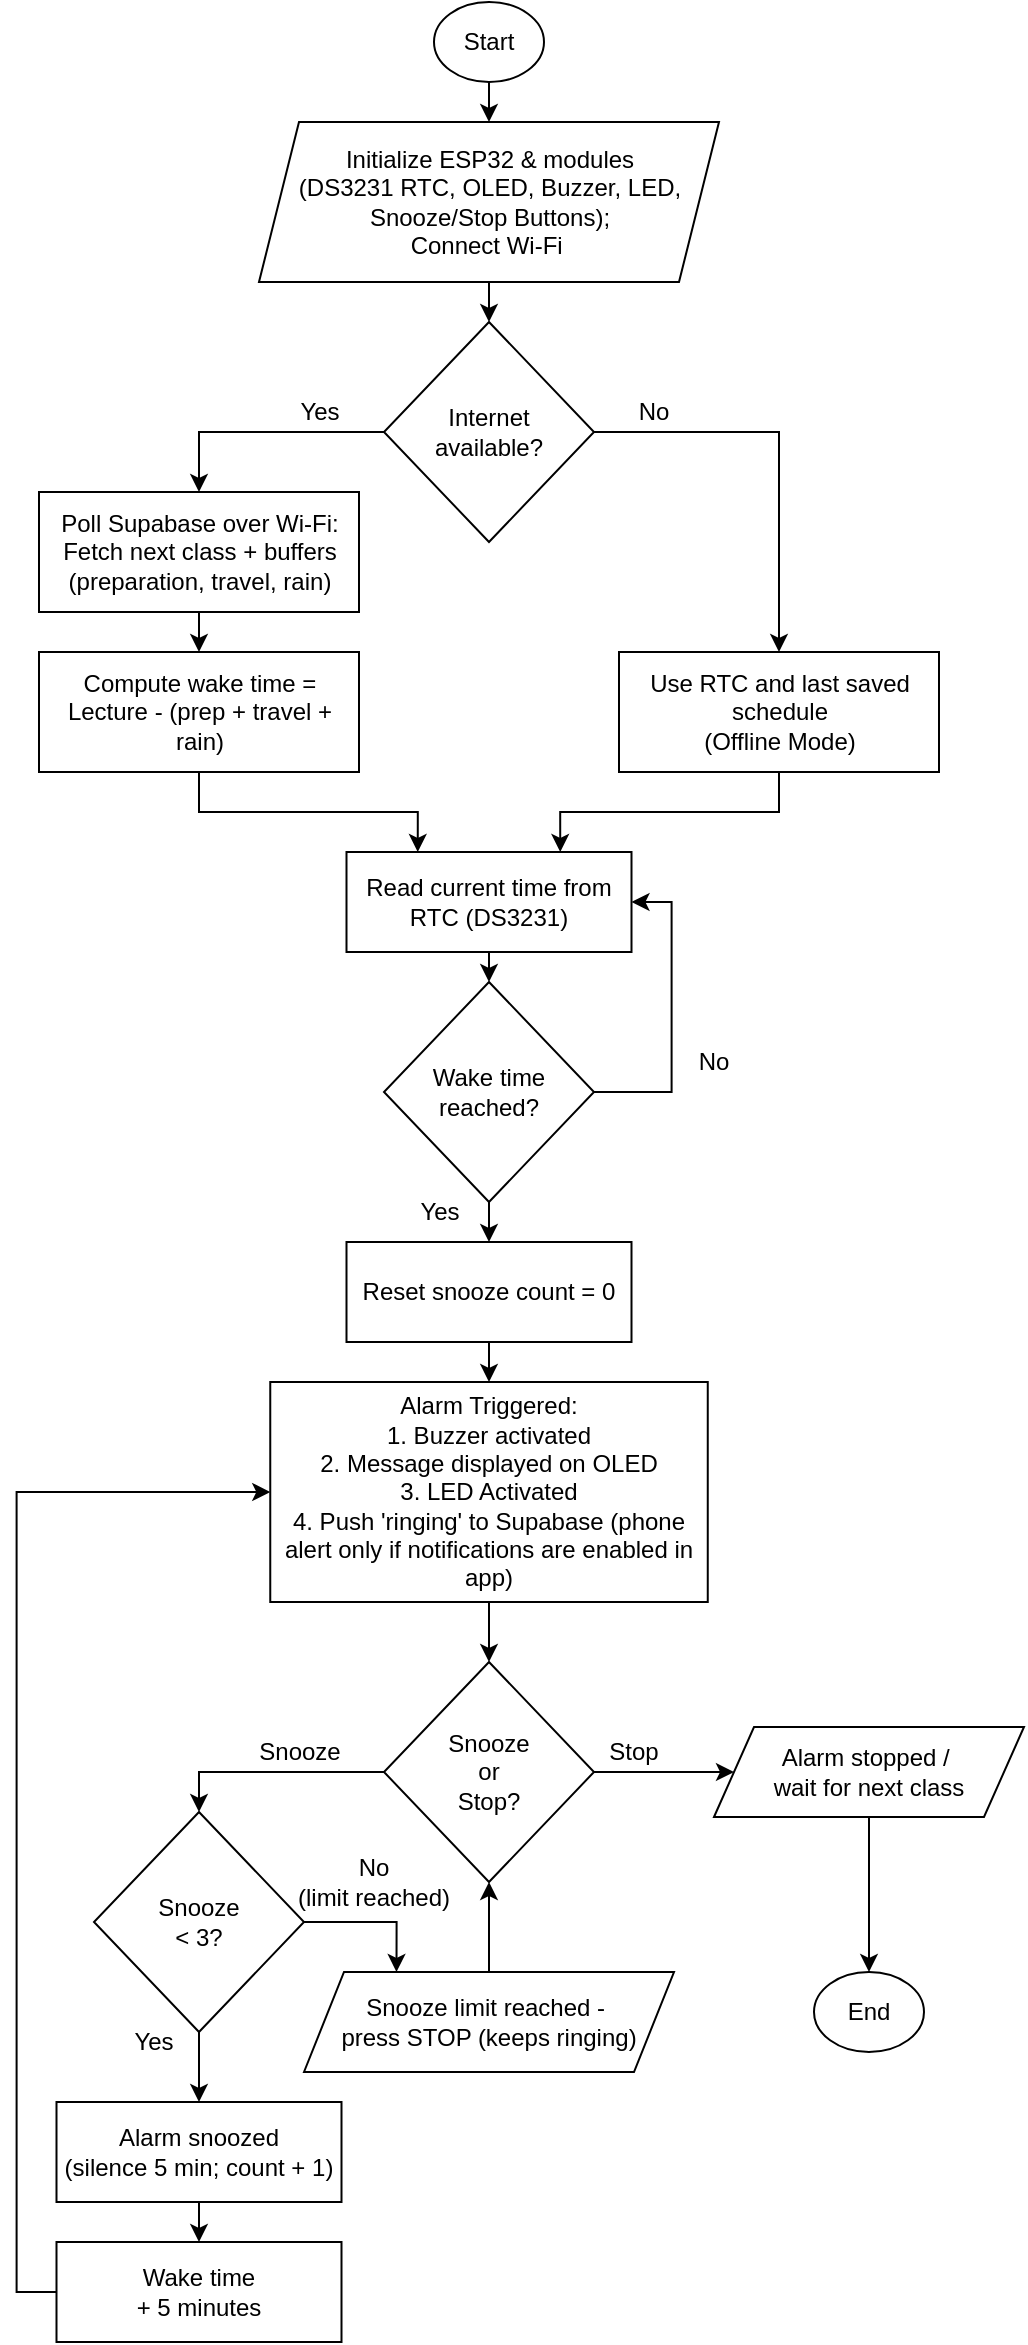
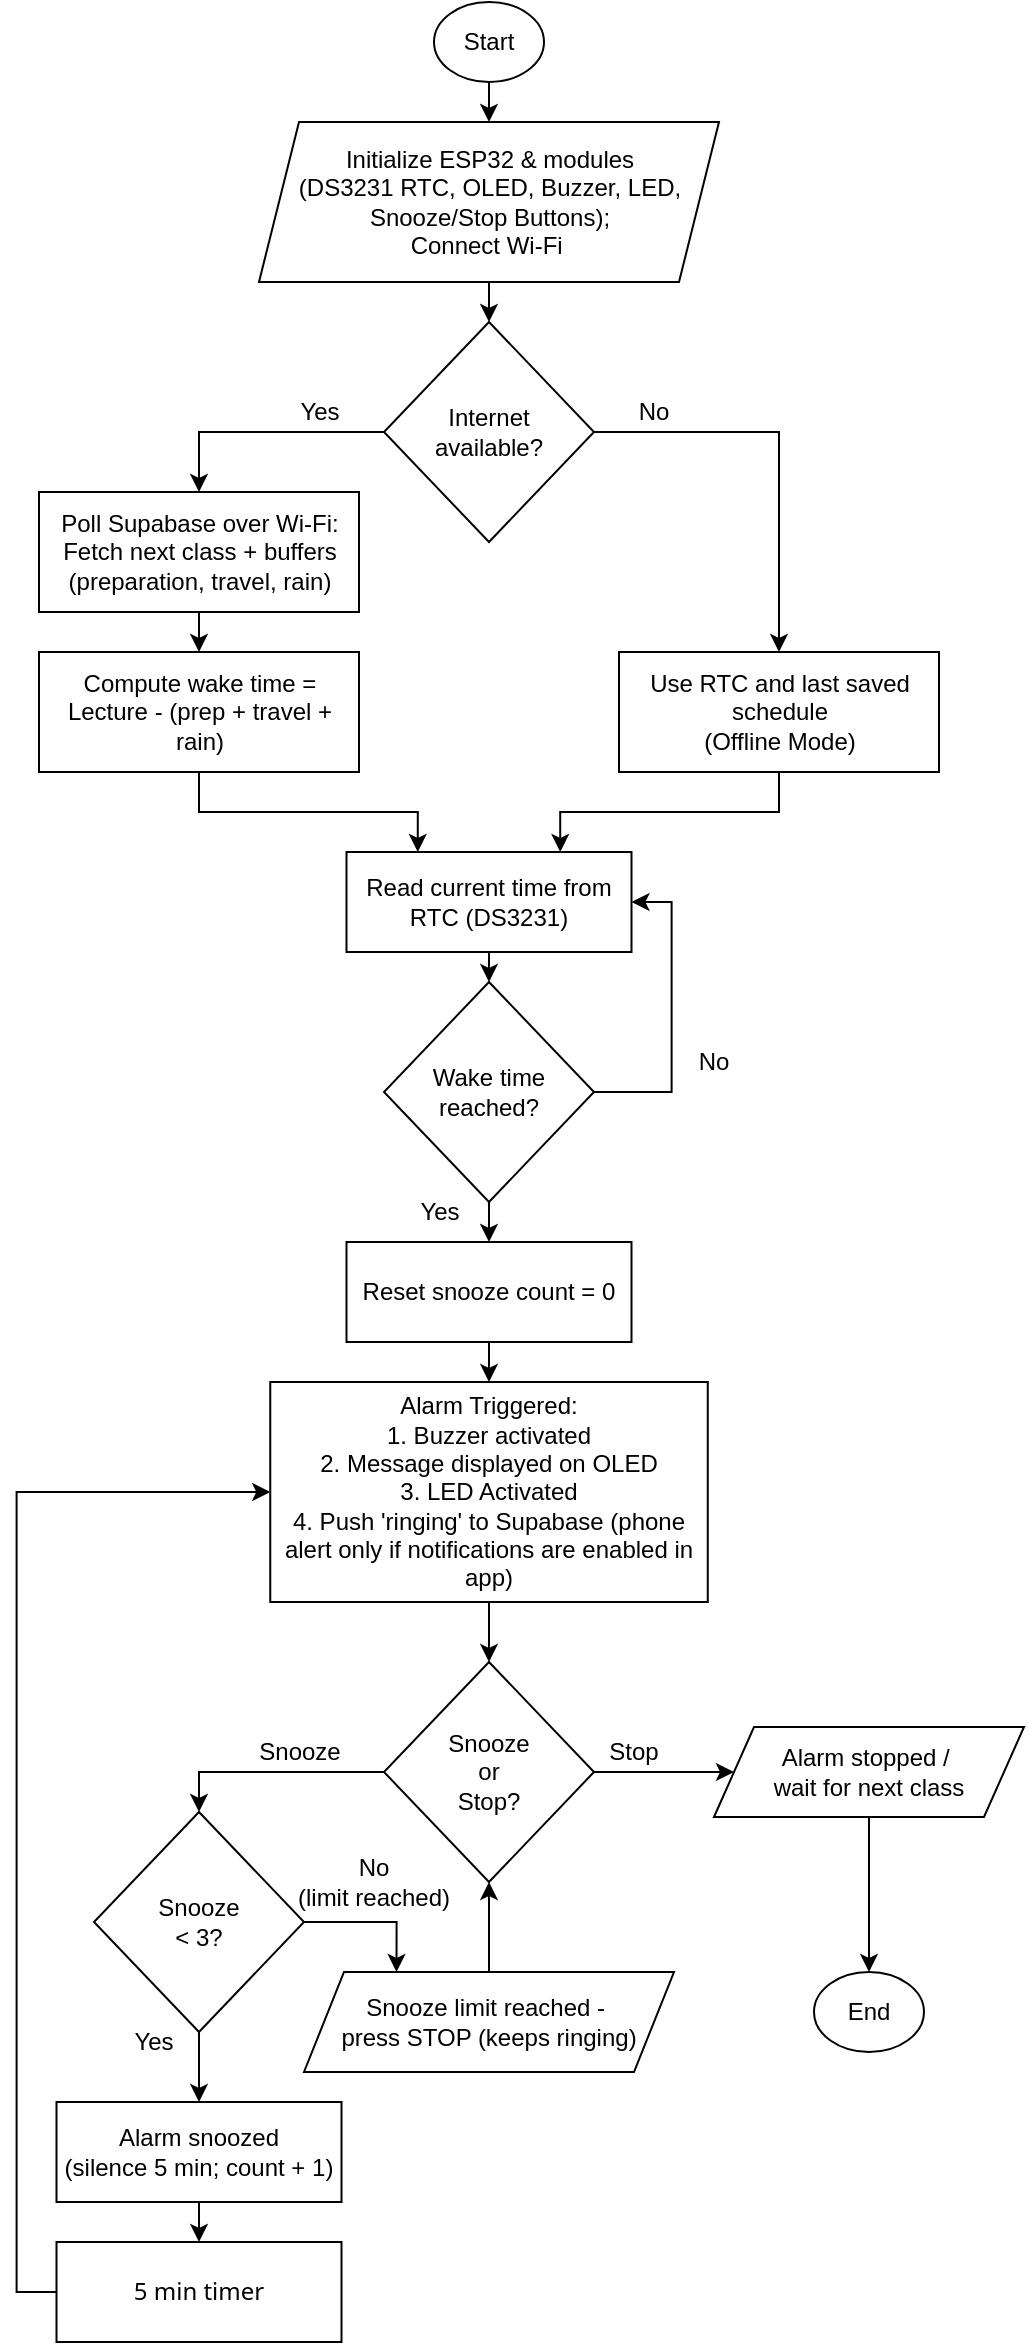
<mxfile host="app.diagrams.net">
  <diagram name="Page-1" id="qzVHdLecl3tKcGYKk_rX">
-     <mxGraphModel dx="526" dy="693" grid="1" gridSize="10" guides="1" tooltips="1" connect="1" arrows="1" fold="1" page="1" pageScale="1" pageWidth="850" pageHeight="1100" math="0" shadow="0">
+     <mxGraphModel dx="1106" dy="711" grid="1" gridSize="10" guides="1" tooltips="1" connect="1" arrows="1" fold="1" page="1" pageScale="1" pageWidth="850" pageHeight="1100" math="0" shadow="0">
      <root>
        <mxCell id="0" />
        <mxCell id="1" parent="0" />
        <mxCell id="oEHAvb54SPrs-DQ2-KWJ-7" edge="1" parent="1" source="oEHAvb54SPrs-DQ2-KWJ-1" style="edgeStyle=orthogonalEdgeStyle;rounded=0;orthogonalLoop=1;jettySize=auto;html=1;exitX=0.5;exitY=1;exitDx=0;exitDy=0;entryX=0.5;entryY=0;entryDx=0;entryDy=0;" target="oEHAvb54SPrs-DQ2-KWJ-2">
          <mxGeometry relative="1" as="geometry" />
        </mxCell>
        <mxCell id="oEHAvb54SPrs-DQ2-KWJ-1" parent="1" style="ellipse;whiteSpace=wrap;html=1;" value="Start" vertex="1">
          <mxGeometry height="40" width="55" x="370" y="20" as="geometry" />
        </mxCell>
        <mxCell id="oEHAvb54SPrs-DQ2-KWJ-29" edge="1" parent="1" source="oEHAvb54SPrs-DQ2-KWJ-2" style="edgeStyle=orthogonalEdgeStyle;rounded=0;orthogonalLoop=1;jettySize=auto;html=1;exitX=0.5;exitY=1;exitDx=0;exitDy=0;entryX=0.5;entryY=0;entryDx=0;entryDy=0;" target="oEHAvb54SPrs-DQ2-KWJ-17">
          <mxGeometry relative="1" as="geometry" />
        </mxCell>
        <mxCell id="oEHAvb54SPrs-DQ2-KWJ-2" parent="1" style="shape=parallelogram;perimeter=parallelogramPerimeter;whiteSpace=wrap;html=1;fixedSize=1;" value="Initialize ESP32 &amp;amp; modules&lt;br&gt;(DS3231 RTC, OLED, Buzzer, LED, Snooze/Stop Buttons);&lt;div&gt;Connect Wi-Fi&amp;nbsp;&lt;/div&gt;" vertex="1">
          <mxGeometry height="80" width="230" x="282.5" y="80" as="geometry" />
        </mxCell>
        <mxCell id="oEHAvb54SPrs-DQ2-KWJ-31" edge="1" parent="1" source="oEHAvb54SPrs-DQ2-KWJ-4" style="edgeStyle=orthogonalEdgeStyle;rounded=0;orthogonalLoop=1;jettySize=auto;html=1;exitX=0.5;exitY=1;exitDx=0;exitDy=0;entryX=0.5;entryY=0;entryDx=0;entryDy=0;" target="oEHAvb54SPrs-DQ2-KWJ-26">
          <mxGeometry relative="1" as="geometry" />
        </mxCell>
        <mxCell id="oEHAvb54SPrs-DQ2-KWJ-4" parent="1" style="rounded=0;whiteSpace=wrap;html=1;" value="Poll Supabase over Wi-Fi: Fetch next class + buffers (preparation, travel, rain)" vertex="1">
          <mxGeometry height="60" width="160" x="172.5" y="265" as="geometry" />
        </mxCell>
        <mxCell id="oEHAvb54SPrs-DQ2-KWJ-41" edge="1" parent="1" source="oEHAvb54SPrs-DQ2-KWJ-5" style="edgeStyle=orthogonalEdgeStyle;rounded=0;orthogonalLoop=1;jettySize=auto;html=1;exitX=0;exitY=0.5;exitDx=0;exitDy=0;entryX=0.5;entryY=0;entryDx=0;entryDy=0;" target="oEHAvb54SPrs-DQ2-KWJ-40">
          <mxGeometry relative="1" as="geometry" />
        </mxCell>
        <mxCell id="oEHAvb54SPrs-DQ2-KWJ-51" edge="1" parent="1" source="oEHAvb54SPrs-DQ2-KWJ-5" style="edgeStyle=orthogonalEdgeStyle;rounded=0;orthogonalLoop=1;jettySize=auto;html=1;exitX=1;exitY=0.5;exitDx=0;exitDy=0;entryX=0;entryY=0.5;entryDx=0;entryDy=0;" target="oEHAvb54SPrs-DQ2-KWJ-50">
          <mxGeometry relative="1" as="geometry" />
        </mxCell>
        <mxCell id="oEHAvb54SPrs-DQ2-KWJ-5" parent="1" style="rhombus;whiteSpace=wrap;html=1;" value="Snooze&lt;div&gt;or&lt;/div&gt;&lt;div&gt;Stop?&lt;/div&gt;" vertex="1">
          <mxGeometry height="110" width="105" x="345" y="850" as="geometry" />
        </mxCell>
        <mxCell id="oEHAvb54SPrs-DQ2-KWJ-43" edge="1" parent="1" source="oEHAvb54SPrs-DQ2-KWJ-6" style="edgeStyle=orthogonalEdgeStyle;rounded=0;orthogonalLoop=1;jettySize=auto;html=1;exitX=0.5;exitY=0;exitDx=0;exitDy=0;entryX=0.5;entryY=1;entryDx=0;entryDy=0;" target="oEHAvb54SPrs-DQ2-KWJ-5">
          <mxGeometry relative="1" as="geometry" />
        </mxCell>
        <mxCell id="oEHAvb54SPrs-DQ2-KWJ-6" parent="1" style="shape=parallelogram;perimeter=parallelogramPerimeter;whiteSpace=wrap;html=1;fixedSize=1;" value="Snooze limit reached -&amp;nbsp;&lt;div&gt;press STOP (keeps ringing)&lt;/div&gt;" vertex="1">
          <mxGeometry height="50" width="185" x="305" y="1005" as="geometry" />
        </mxCell>
        <mxCell id="oEHAvb54SPrs-DQ2-KWJ-30" edge="1" parent="1" source="oEHAvb54SPrs-DQ2-KWJ-17" style="edgeStyle=orthogonalEdgeStyle;rounded=0;orthogonalLoop=1;jettySize=auto;html=1;exitX=0;exitY=0.5;exitDx=0;exitDy=0;entryX=0.5;entryY=0;entryDx=0;entryDy=0;" target="oEHAvb54SPrs-DQ2-KWJ-4">
          <mxGeometry relative="1" as="geometry" />
        </mxCell>
        <mxCell id="oEHAvb54SPrs-DQ2-KWJ-32" edge="1" parent="1" source="oEHAvb54SPrs-DQ2-KWJ-17" style="edgeStyle=orthogonalEdgeStyle;rounded=0;orthogonalLoop=1;jettySize=auto;html=1;exitX=1;exitY=0.5;exitDx=0;exitDy=0;entryX=0.5;entryY=0;entryDx=0;entryDy=0;" target="oEHAvb54SPrs-DQ2-KWJ-27">
          <mxGeometry relative="1" as="geometry" />
        </mxCell>
        <mxCell id="oEHAvb54SPrs-DQ2-KWJ-17" parent="1" style="rhombus;whiteSpace=wrap;html=1;" value="Internet&lt;div&gt;available?&lt;/div&gt;" vertex="1">
          <mxGeometry height="110" width="105" x="345" y="180" as="geometry" />
        </mxCell>
        <mxCell id="oEHAvb54SPrs-DQ2-KWJ-19" parent="1" style="text;html=1;whiteSpace=wrap;strokeColor=none;fillColor=none;align=center;verticalAlign=middle;rounded=0;" value="Yes" vertex="1">
          <mxGeometry height="30" width="60" x="342.5" y="610" as="geometry" />
        </mxCell>
        <mxCell id="oEHAvb54SPrs-DQ2-KWJ-20" parent="1" style="text;html=1;whiteSpace=wrap;strokeColor=none;fillColor=none;align=center;verticalAlign=middle;rounded=0;" value="No" vertex="1">
          <mxGeometry height="30" width="60" x="450" y="210" as="geometry" />
        </mxCell>
        <mxCell id="oEHAvb54SPrs-DQ2-KWJ-21" parent="1" style="text;html=1;whiteSpace=wrap;strokeColor=none;fillColor=none;align=center;verticalAlign=middle;rounded=0;" value="No" vertex="1">
          <mxGeometry height="30" width="60" x="480" y="535" as="geometry" />
        </mxCell>
        <mxCell id="oEHAvb54SPrs-DQ2-KWJ-22" parent="1" style="text;html=1;whiteSpace=wrap;strokeColor=none;fillColor=none;align=center;verticalAlign=middle;rounded=0;" value="Yes" vertex="1">
          <mxGeometry height="30" width="60" x="282.5" y="210" as="geometry" />
        </mxCell>
        <mxCell id="oEHAvb54SPrs-DQ2-KWJ-33" edge="1" parent="1" source="oEHAvb54SPrs-DQ2-KWJ-26" style="edgeStyle=orthogonalEdgeStyle;rounded=0;orthogonalLoop=1;jettySize=auto;html=1;exitX=0.5;exitY=1;exitDx=0;exitDy=0;entryX=0.25;entryY=0;entryDx=0;entryDy=0;" target="oEHAvb54SPrs-DQ2-KWJ-28">
          <mxGeometry relative="1" as="geometry" />
        </mxCell>
        <mxCell id="oEHAvb54SPrs-DQ2-KWJ-26" parent="1" style="rounded=0;whiteSpace=wrap;html=1;" value="Compute wake time =&lt;div&gt;Lecture - (prep + travel + rain)&lt;/div&gt;" vertex="1">
          <mxGeometry height="60" width="160" x="172.5" y="345" as="geometry" />
        </mxCell>
        <mxCell id="oEHAvb54SPrs-DQ2-KWJ-34" edge="1" parent="1" source="oEHAvb54SPrs-DQ2-KWJ-27" style="edgeStyle=orthogonalEdgeStyle;rounded=0;orthogonalLoop=1;jettySize=auto;html=1;exitX=0.5;exitY=1;exitDx=0;exitDy=0;entryX=0.75;entryY=0;entryDx=0;entryDy=0;" target="oEHAvb54SPrs-DQ2-KWJ-28">
          <mxGeometry relative="1" as="geometry" />
        </mxCell>
        <mxCell id="oEHAvb54SPrs-DQ2-KWJ-27" parent="1" style="rounded=0;whiteSpace=wrap;html=1;" value="Use RTC and last saved&lt;div&gt;schedule&lt;br&gt;(Offline Mode)&lt;/div&gt;" vertex="1">
          <mxGeometry height="60" width="160" x="462.5" y="345" as="geometry" />
        </mxCell>
        <mxCell id="oEHAvb54SPrs-DQ2-KWJ-55" edge="1" parent="1" source="oEHAvb54SPrs-DQ2-KWJ-28" style="edgeStyle=orthogonalEdgeStyle;rounded=0;orthogonalLoop=1;jettySize=auto;html=1;exitX=0.5;exitY=1;exitDx=0;exitDy=0;entryX=0.5;entryY=0;entryDx=0;entryDy=0;" target="oEHAvb54SPrs-DQ2-KWJ-54">
          <mxGeometry relative="1" as="geometry" />
        </mxCell>
        <mxCell id="oEHAvb54SPrs-DQ2-KWJ-28" parent="1" style="rounded=0;whiteSpace=wrap;html=1;" value="Read current time from&lt;div&gt;RTC (DS3231)&lt;/div&gt;" vertex="1">
          <mxGeometry height="50" width="142.5" x="326.25" y="445" as="geometry" />
        </mxCell>
        <mxCell id="oEHAvb54SPrs-DQ2-KWJ-39" edge="1" parent="1" source="oEHAvb54SPrs-DQ2-KWJ-35" style="edgeStyle=orthogonalEdgeStyle;rounded=0;orthogonalLoop=1;jettySize=auto;html=1;exitX=0.5;exitY=1;exitDx=0;exitDy=0;entryX=0.5;entryY=0;entryDx=0;entryDy=0;" target="oEHAvb54SPrs-DQ2-KWJ-36">
          <mxGeometry relative="1" as="geometry" />
        </mxCell>
        <mxCell id="oEHAvb54SPrs-DQ2-KWJ-35" parent="1" style="rounded=0;whiteSpace=wrap;html=1;" value="Reset snooze count = 0" vertex="1">
          <mxGeometry height="50" width="142.5" x="326.25" y="640" as="geometry" />
        </mxCell>
        <mxCell id="oEHAvb54SPrs-DQ2-KWJ-37" edge="1" parent="1" source="oEHAvb54SPrs-DQ2-KWJ-36" style="edgeStyle=orthogonalEdgeStyle;rounded=0;orthogonalLoop=1;jettySize=auto;html=1;exitX=0.5;exitY=1;exitDx=0;exitDy=0;entryX=0.5;entryY=0;entryDx=0;entryDy=0;" target="oEHAvb54SPrs-DQ2-KWJ-5">
          <mxGeometry relative="1" as="geometry" />
        </mxCell>
        <mxCell id="oEHAvb54SPrs-DQ2-KWJ-36" parent="1" style="rounded=0;whiteSpace=wrap;html=1;" value="Alarm Triggered:&lt;div&gt;1. Buzzer activated&lt;/div&gt;&lt;div&gt;2. Message displayed on OLED&lt;/div&gt;&lt;div&gt;3. LED Activated&lt;/div&gt;&lt;div&gt;4. Push &#39;ringing&#39; to Supabase (phone alert only if notifications are enabled in app)&lt;/div&gt;" vertex="1">
          <mxGeometry height="110" width="218.75" x="288.13" y="710" as="geometry" />
        </mxCell>
        <mxCell id="oEHAvb54SPrs-DQ2-KWJ-42" edge="1" parent="1" source="oEHAvb54SPrs-DQ2-KWJ-40" style="edgeStyle=orthogonalEdgeStyle;rounded=0;orthogonalLoop=1;jettySize=auto;html=1;exitX=1;exitY=0.5;exitDx=0;exitDy=0;entryX=0.25;entryY=0;entryDx=0;entryDy=0;" target="oEHAvb54SPrs-DQ2-KWJ-6">
          <mxGeometry relative="1" as="geometry" />
        </mxCell>
        <mxCell id="oEHAvb54SPrs-DQ2-KWJ-45" edge="1" parent="1" source="oEHAvb54SPrs-DQ2-KWJ-40" style="edgeStyle=orthogonalEdgeStyle;rounded=0;orthogonalLoop=1;jettySize=auto;html=1;exitX=0.5;exitY=1;exitDx=0;exitDy=0;entryX=0.5;entryY=0;entryDx=0;entryDy=0;" target="oEHAvb54SPrs-DQ2-KWJ-44">
          <mxGeometry relative="1" as="geometry" />
        </mxCell>
        <mxCell id="oEHAvb54SPrs-DQ2-KWJ-40" parent="1" style="rhombus;whiteSpace=wrap;html=1;" value="Snooze&lt;div&gt;&amp;lt; 3?&lt;/div&gt;" vertex="1">
          <mxGeometry height="110" width="105" x="200" y="925" as="geometry" />
        </mxCell>
        <mxCell id="oEHAvb54SPrs-DQ2-KWJ-48" edge="1" parent="1" source="oEHAvb54SPrs-DQ2-KWJ-44" style="edgeStyle=orthogonalEdgeStyle;rounded=0;orthogonalLoop=1;jettySize=auto;html=1;exitX=0.5;exitY=1;exitDx=0;exitDy=0;entryX=0.5;entryY=0;entryDx=0;entryDy=0;" target="oEHAvb54SPrs-DQ2-KWJ-47">
          <mxGeometry relative="1" as="geometry" />
        </mxCell>
        <mxCell id="oEHAvb54SPrs-DQ2-KWJ-44" parent="1" style="rounded=0;whiteSpace=wrap;html=1;" value="Alarm snoozed&lt;div&gt;(silence 5 min; count + 1)&lt;/div&gt;" vertex="1">
          <mxGeometry height="50" width="142.5" x="181.25" y="1070" as="geometry" />
        </mxCell>
        <mxCell id="oEHAvb54SPrs-DQ2-KWJ-49" edge="1" parent="1" source="oEHAvb54SPrs-DQ2-KWJ-47" style="edgeStyle=orthogonalEdgeStyle;rounded=0;orthogonalLoop=1;jettySize=auto;html=1;exitX=0;exitY=0.5;exitDx=0;exitDy=0;entryX=0;entryY=0.5;entryDx=0;entryDy=0;" target="oEHAvb54SPrs-DQ2-KWJ-36">
          <mxGeometry relative="1" as="geometry" />
        </mxCell>
-         <mxCell id="oEHAvb54SPrs-DQ2-KWJ-47" parent="1" style="rounded=0;whiteSpace=wrap;html=1;" value="Wake time&lt;br&gt;+ 5 minutes" vertex="1">
+         <mxCell id="oEHAvb54SPrs-DQ2-KWJ-47" parent="1" style="rounded=0;whiteSpace=wrap;html=1;" value="&lt;span style=&quot;font-family: &amp;quot;Segoe WPC&amp;quot;, &amp;quot;Segoe UI&amp;quot;, sans-serif; text-align: left;&quot;&gt;&lt;font style=&quot;color: light-dark(rgb(0, 0, 0), rgb(255, 255, 255));&quot;&gt;5 min timer&lt;/font&gt;&lt;/span&gt;" vertex="1">
          <mxGeometry height="50" width="142.5" x="181.25" y="1140" as="geometry" />
        </mxCell>
        <mxCell id="oEHAvb54SPrs-DQ2-KWJ-53" edge="1" parent="1" source="oEHAvb54SPrs-DQ2-KWJ-50" style="edgeStyle=orthogonalEdgeStyle;rounded=0;orthogonalLoop=1;jettySize=auto;html=1;exitX=0.5;exitY=1;exitDx=0;exitDy=0;entryX=0.5;entryY=0;entryDx=0;entryDy=0;" target="oEHAvb54SPrs-DQ2-KWJ-52">
          <mxGeometry relative="1" as="geometry" />
        </mxCell>
        <mxCell id="oEHAvb54SPrs-DQ2-KWJ-50" parent="1" style="shape=parallelogram;perimeter=parallelogramPerimeter;whiteSpace=wrap;html=1;fixedSize=1;" value="Alarm stopped /&amp;nbsp;&lt;div&gt;wait for next class&lt;/div&gt;" vertex="1">
          <mxGeometry height="45" width="155" x="510" y="882.5" as="geometry" />
        </mxCell>
        <mxCell id="oEHAvb54SPrs-DQ2-KWJ-52" parent="1" style="ellipse;whiteSpace=wrap;html=1;" value="End" vertex="1">
          <mxGeometry height="40" width="55" x="560" y="1005" as="geometry" />
        </mxCell>
        <mxCell id="oEHAvb54SPrs-DQ2-KWJ-56" edge="1" parent="1" source="oEHAvb54SPrs-DQ2-KWJ-54" style="edgeStyle=orthogonalEdgeStyle;rounded=0;orthogonalLoop=1;jettySize=auto;html=1;exitX=0.5;exitY=1;exitDx=0;exitDy=0;entryX=0.5;entryY=0;entryDx=0;entryDy=0;" target="oEHAvb54SPrs-DQ2-KWJ-35">
          <mxGeometry relative="1" as="geometry" />
        </mxCell>
        <mxCell id="oEHAvb54SPrs-DQ2-KWJ-57" edge="1" parent="1" source="oEHAvb54SPrs-DQ2-KWJ-54" style="edgeStyle=orthogonalEdgeStyle;rounded=0;orthogonalLoop=1;jettySize=auto;html=1;exitX=1;exitY=0.5;exitDx=0;exitDy=0;entryX=1;entryY=0.5;entryDx=0;entryDy=0;" target="oEHAvb54SPrs-DQ2-KWJ-28">
          <mxGeometry relative="1" as="geometry" />
        </mxCell>
        <mxCell id="oEHAvb54SPrs-DQ2-KWJ-54" parent="1" style="rhombus;whiteSpace=wrap;html=1;" value="Wake time&lt;div&gt;reached?&lt;/div&gt;" vertex="1">
          <mxGeometry height="110" width="105" x="345" y="510" as="geometry" />
        </mxCell>
        <mxCell id="oEHAvb54SPrs-DQ2-KWJ-58" parent="1" style="text;html=1;whiteSpace=wrap;strokeColor=none;fillColor=none;align=center;verticalAlign=middle;rounded=0;" value="Stop" vertex="1">
          <mxGeometry height="30" width="60" x="440" y="880" as="geometry" />
        </mxCell>
        <mxCell id="oEHAvb54SPrs-DQ2-KWJ-60" parent="1" style="text;html=1;whiteSpace=wrap;strokeColor=none;fillColor=none;align=center;verticalAlign=middle;rounded=0;" value="Snooze" vertex="1">
          <mxGeometry height="30" width="60" x="272.5" y="880" as="geometry" />
        </mxCell>
        <mxCell id="oEHAvb54SPrs-DQ2-KWJ-61" parent="1" style="text;html=1;whiteSpace=wrap;strokeColor=none;fillColor=none;align=center;verticalAlign=middle;rounded=0;" value="Yes" vertex="1">
          <mxGeometry height="30" width="60" x="200" y="1025" as="geometry" />
        </mxCell>
        <mxCell id="oEHAvb54SPrs-DQ2-KWJ-62" parent="1" style="text;html=1;whiteSpace=wrap;strokeColor=none;fillColor=none;align=center;verticalAlign=middle;rounded=0;" value="No&lt;br&gt;(limit reached)" vertex="1">
          <mxGeometry height="20" width="100" x="290" y="950" as="geometry" />
        </mxCell>
      </root>
    </mxGraphModel>
  </diagram>
</mxfile>
